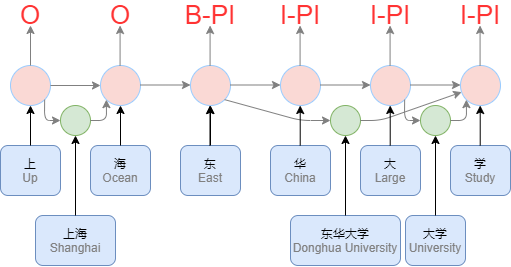
This is lstm.png from AddsionPaPa/NLP, a draw.io export, as it was before one commit. Source tidied: cells renumbered, new cells last; positions are measured from the earlier drawing's top-left corner, leaving out a move shared by most shapes. Its diagram source:
```xml
<mxGraphModel>
  <root>
    <mxCell id="0" />
    <mxCell id="1" parent="0" />
    <mxCell id="2" value="上&lt;br&gt;&lt;font color=&quot;#808080&quot;&gt;Up&lt;/font&gt;" style="rounded=1;whiteSpace=wrap;html=1;fillColor=#dae8fc;strokeColor=#6c8ebf;" parent="1" vertex="1">
      <mxGeometry y="140" width="60" height="50" as="geometry" />
    </mxCell>
    <mxCell id="3" value="海&lt;br&gt;&lt;font color=&quot;#808080&quot;&gt;Ocean&lt;/font&gt;" style="rounded=1;whiteSpace=wrap;html=1;fillColor=#dae8fc;strokeColor=#6c8ebf;" parent="1" vertex="1">
      <mxGeometry x="90" y="140" width="60" height="50" as="geometry" />
    </mxCell>
    <mxCell id="4" style="edgeStyle=orthogonalEdgeStyle;rounded=0;jettySize=auto;html=1;" parent="1" edge="1" source="5" target="14">
      <mxGeometry relative="1" as="geometry" />
    </mxCell>
    <mxCell id="5" value="东&lt;br&gt;&lt;font color=&quot;#808080&quot;&gt;East&lt;/font&gt;" style="rounded=1;whiteSpace=wrap;html=1;fillColor=#dae8fc;strokeColor=#6c8ebf;" parent="1" vertex="1">
      <mxGeometry x="180" y="140" width="60" height="50" as="geometry" />
    </mxCell>
    <mxCell id="6" value="华&lt;br&gt;&lt;font color=&quot;#808080&quot;&gt;China&lt;/font&gt;" style="rounded=1;whiteSpace=wrap;html=1;fillColor=#dae8fc;strokeColor=#6c8ebf;" parent="1" vertex="1">
      <mxGeometry x="270" y="140" width="60" height="50" as="geometry" />
    </mxCell>
    <mxCell id="7" value="大&lt;br&gt;&lt;font color=&quot;#808080&quot;&gt;Large&lt;/font&gt;" style="rounded=1;whiteSpace=wrap;html=1;fillColor=#dae8fc;strokeColor=#6c8ebf;" parent="1" vertex="1">
      <mxGeometry x="360" y="140" width="60" height="50" as="geometry" />
    </mxCell>
    <mxCell id="8" value="学&lt;br&gt;&lt;font color=&quot;#808080&quot;&gt;Study&lt;/font&gt;" style="rounded=1;whiteSpace=wrap;html=1;fillColor=#dae8fc;strokeColor=#6c8ebf;" parent="1" vertex="1">
      <mxGeometry x="450" y="140" width="60" height="50" as="geometry" />
    </mxCell>
    <mxCell id="9" value="上海&lt;br&gt;&lt;font color=&quot;#808080&quot;&gt;Shanghai&lt;/font&gt;" style="rounded=1;whiteSpace=wrap;html=1;fillColor=#dae8fc;strokeColor=#6c8ebf;" parent="1" vertex="1">
      <mxGeometry x="35" y="210" width="80" height="50" as="geometry" />
    </mxCell>
    <mxCell id="10" value="东华大学&lt;br&gt;&lt;font color=&quot;#808080&quot;&gt;Donghua University&lt;/font&gt;" style="rounded=1;whiteSpace=wrap;html=1;fillColor=#dae8fc;strokeColor=#6c8ebf;" parent="1" vertex="1">
      <mxGeometry x="290" y="210" width="110" height="50" as="geometry" />
    </mxCell>
    <mxCell id="11" value="大学&lt;br&gt;&lt;font color=&quot;#808080&quot;&gt;University&lt;/font&gt;" style="rounded=1;whiteSpace=wrap;html=1;fillColor=#dae8fc;strokeColor=#6c8ebf;" parent="1" vertex="1">
      <mxGeometry x="405" y="210" width="60" height="50" as="geometry" />
    </mxCell>
    <mxCell id="12" style="ellipse;whiteSpace=wrap;html=1;fillColor=#fad9d5;strokeColor=#99CCFF;" parent="1" vertex="1">
      <mxGeometry x="10" y="60" width="40" height="40" as="geometry" />
    </mxCell>
    <mxCell id="13" style="ellipse;whiteSpace=wrap;html=1;fillColor=#fad9d5;strokeColor=#99CCFF;" parent="1" vertex="1">
      <mxGeometry x="100" y="60" width="40" height="40" as="geometry" />
    </mxCell>
    <mxCell id="14" style="ellipse;whiteSpace=wrap;html=1;fillColor=#fad9d5;strokeColor=#99CCFF;" parent="1" vertex="1">
      <mxGeometry x="190" y="60" width="40" height="40" as="geometry" />
    </mxCell>
    <mxCell id="15" style="ellipse;whiteSpace=wrap;html=1;fillColor=#fad9d5;strokeColor=#99CCFF;" parent="1" vertex="1">
      <mxGeometry x="280" y="60" width="40" height="40" as="geometry" />
    </mxCell>
    <mxCell id="16" style="ellipse;whiteSpace=wrap;html=1;fillColor=#fad9d5;strokeColor=#99CCFF;" parent="1" vertex="1">
      <mxGeometry x="370" y="60" width="40" height="40" as="geometry" />
    </mxCell>
    <mxCell id="17" style="ellipse;whiteSpace=wrap;html=1;fillColor=#fad9d5;strokeColor=#99CCFF;" parent="1" vertex="1">
      <mxGeometry x="460" y="60" width="40" height="40" as="geometry" />
    </mxCell>
    <mxCell id="18" style="endArrow=classic;html=1;entryX=0.5;entryY=1;entryDx=0;entryDy=0;exitX=0.5;exitY=0;exitDx=0;exitDy=0;" parent="1" edge="1" source="2" target="12">
      <mxGeometry relative="1" as="geometry" />
    </mxCell>
    <mxCell id="19" style="endArrow=classic;html=1;entryX=0.5;entryY=1;entryDx=0;entryDy=0;exitX=0.5;exitY=0;exitDx=0;exitDy=0;" parent="1" edge="1">
      <mxGeometry relative="1" as="geometry">
        <mxPoint x="120" y="140" as="sourcePoint" />
        <mxPoint x="120" y="100" as="targetPoint" />
      </mxGeometry>
    </mxCell>
    <mxCell id="20" style="endArrow=classic;html=1;entryX=0.5;entryY=1;entryDx=0;entryDy=0;exitX=0.5;exitY=0;exitDx=0;exitDy=0;" parent="1" edge="1">
      <mxGeometry relative="1" as="geometry">
        <mxPoint x="209.5" y="140" as="sourcePoint" />
        <mxPoint x="209.5" y="100" as="targetPoint" />
      </mxGeometry>
    </mxCell>
    <mxCell id="21" style="ellipse;whiteSpace=wrap;html=1;strokeColor=#82b366;fillColor=#d5e8d4;" parent="1" vertex="1">
      <mxGeometry x="60" y="100" width="30" height="30" as="geometry" />
    </mxCell>
    <mxCell id="22" style="ellipse;whiteSpace=wrap;html=1;strokeColor=#82b366;fillColor=#d5e8d4;" parent="1" vertex="1">
      <mxGeometry x="330" y="100" width="30" height="30" as="geometry" />
    </mxCell>
    <mxCell id="23" style="ellipse;whiteSpace=wrap;html=1;strokeColor=#82b366;fillColor=#d5e8d4;" parent="1" vertex="1">
      <mxGeometry x="420" y="100" width="30" height="30" as="geometry" />
    </mxCell>
    <mxCell id="24" style="endArrow=classic;html=1;entryX=0;entryY=0.5;entryDx=0;entryDy=0;exitX=1;exitY=0.5;exitDx=0;exitDy=0;strokeColor=#808080;" parent="1" edge="1" source="12" target="13">
      <mxGeometry relative="1" as="geometry" />
    </mxCell>
    <mxCell id="25" style="endArrow=classic;html=1;entryX=0;entryY=0.5;entryDx=0;entryDy=0;exitX=1;exitY=0.5;exitDx=0;exitDy=0;strokeColor=#808080;" parent="1" edge="1">
      <mxGeometry relative="1" as="geometry">
        <mxPoint x="140" y="79.5" as="sourcePoint" />
        <mxPoint x="190" y="79.5" as="targetPoint" />
      </mxGeometry>
    </mxCell>
    <mxCell id="26" style="endArrow=classic;html=1;entryX=0;entryY=0.5;entryDx=0;entryDy=0;exitX=1;exitY=0.5;exitDx=0;exitDy=0;strokeColor=#808080;" parent="1" edge="1">
      <mxGeometry relative="1" as="geometry">
        <mxPoint x="230" y="79.5" as="sourcePoint" />
        <mxPoint x="280" y="79.5" as="targetPoint" />
      </mxGeometry>
    </mxCell>
    <mxCell id="27" style="endArrow=classic;html=1;entryX=0;entryY=0.5;entryDx=0;entryDy=0;exitX=1;exitY=0.5;exitDx=0;exitDy=0;strokeColor=#808080;" parent="1" edge="1">
      <mxGeometry relative="1" as="geometry">
        <mxPoint x="320" y="79.5" as="sourcePoint" />
        <mxPoint x="370" y="79.5" as="targetPoint" />
      </mxGeometry>
    </mxCell>
    <mxCell id="28" style="endArrow=classic;html=1;entryX=0;entryY=0.5;entryDx=0;entryDy=0;exitX=1;exitY=0.5;exitDx=0;exitDy=0;strokeColor=#808080;" parent="1" edge="1">
      <mxGeometry relative="1" as="geometry">
        <mxPoint x="410" y="79.5" as="sourcePoint" />
        <mxPoint x="460" y="79.5" as="targetPoint" />
      </mxGeometry>
    </mxCell>
    <mxCell id="29" style="endArrow=classic;html=1;entryX=0.5;entryY=1;entryDx=0;entryDy=0;exitX=0.5;exitY=0;exitDx=0;exitDy=0;" parent="1" edge="1" source="9" target="21">
      <mxGeometry relative="1" as="geometry" />
    </mxCell>
    <mxCell id="30" style="endArrow=classic;html=1;entryX=0.5;entryY=1;entryDx=0;entryDy=0;exitX=0.5;exitY=0;exitDx=0;exitDy=0;" parent="1" edge="1" source="10" target="22">
      <mxGeometry relative="1" as="geometry" />
    </mxCell>
    <mxCell id="31" style="endArrow=classic;html=1;entryX=0.5;entryY=1;entryDx=0;entryDy=0;exitX=0.5;exitY=0;exitDx=0;exitDy=0;" parent="1" edge="1" source="11" target="23">
      <mxGeometry relative="1" as="geometry" />
    </mxCell>
    <mxCell id="32" style="endArrow=classic;html=1;entryX=0;entryY=0.5;entryDx=0;entryDy=0;exitX=1;exitY=1;exitDx=0;exitDy=0;strokeColor=#808080;" parent="1" edge="1" source="12" target="21">
      <mxGeometry relative="1" as="geometry">
        <Array as="points">
          <mxPoint x="44" y="115" />
        </Array>
      </mxGeometry>
    </mxCell>
    <mxCell id="33" style="endArrow=classic;html=1;entryX=0;entryY=1;entryDx=0;entryDy=0;exitX=1;exitY=0.5;exitDx=0;exitDy=0;strokeColor=#808080;" parent="1" edge="1" source="21" target="13">
      <mxGeometry relative="1" as="geometry">
        <Array as="points">
          <mxPoint x="106" y="115" />
        </Array>
      </mxGeometry>
    </mxCell>
    <mxCell id="34" style="endArrow=classic;html=1;entryX=0;entryY=0.5;entryDx=0;entryDy=0;exitX=1;exitY=1;exitDx=0;exitDy=0;strokeColor=#808080;" parent="1" edge="1" source="14" target="22">
      <mxGeometry relative="1" as="geometry">
        <Array as="points">
          <mxPoint x="300" y="115" />
        </Array>
      </mxGeometry>
    </mxCell>
    <mxCell id="35" style="endArrow=classic;html=1;exitX=1;exitY=0.5;exitDx=0;exitDy=0;strokeColor=#808080;" parent="1" edge="1" source="22" target="17">
      <mxGeometry relative="1" as="geometry">
        <Array as="points">
          <mxPoint x="380" y="115" />
        </Array>
      </mxGeometry>
    </mxCell>
    <mxCell id="36" style="edgeStyle=orthogonalEdgeStyle;rounded=0;orthogonalLoop=1;jettySize=auto;html=1;" parent="1" edge="1">
      <mxGeometry relative="1" as="geometry">
        <mxPoint x="299.7" y="140" as="sourcePoint" />
        <mxPoint x="299.7" y="100" as="targetPoint" />
      </mxGeometry>
    </mxCell>
    <mxCell id="37" style="edgeStyle=orthogonalEdgeStyle;rounded=0;orthogonalLoop=1;jettySize=auto;html=1;" parent="1" edge="1">
      <mxGeometry relative="1" as="geometry">
        <mxPoint x="389.7" y="140" as="sourcePoint" />
        <mxPoint x="389.7" y="100" as="targetPoint" />
      </mxGeometry>
    </mxCell>
    <mxCell id="38" style="edgeStyle=orthogonalEdgeStyle;rounded=0;orthogonalLoop=1;jettySize=auto;html=1;" parent="1" edge="1">
      <mxGeometry relative="1" as="geometry">
        <mxPoint x="479.7" y="140" as="sourcePoint" />
        <mxPoint x="479.7" y="100" as="targetPoint" />
      </mxGeometry>
    </mxCell>
    <mxCell id="39" style="endArrow=classic;html=1;entryX=0;entryY=0.5;entryDx=0;entryDy=0;exitX=1;exitY=1;exitDx=0;exitDy=0;strokeColor=#808080;" parent="1" edge="1" source="16" target="23">
      <mxGeometry relative="1" as="geometry">
        <Array as="points">
          <mxPoint x="404" y="115" />
        </Array>
      </mxGeometry>
    </mxCell>
    <mxCell id="40" style="endArrow=classic;html=1;entryX=0;entryY=1;entryDx=0;entryDy=0;exitX=1;exitY=0.5;exitDx=0;exitDy=0;strokeColor=#808080;" parent="1" edge="1" source="23" target="17">
      <mxGeometry relative="1" as="geometry">
        <Array as="points">
          <mxPoint x="466" y="115" />
        </Array>
      </mxGeometry>
    </mxCell>
    <mxCell id="41" value="&lt;font style=&quot;font-size: 26px&quot; color=&quot;#ff3333&quot;&gt;O&lt;/font&gt;" style="text;html=1;strokeColor=none;fillColor=none;align=center;verticalAlign=middle;whiteSpace=wrap;rounded=0;" parent="1" vertex="1">
      <mxGeometry x="10" width="40" height="20" as="geometry" />
    </mxCell>
    <mxCell id="42" value="&lt;font style=&quot;font-size: 26px&quot; color=&quot;#ff3333&quot;&gt;O&lt;/font&gt;" style="text;html=1;strokeColor=none;fillColor=none;align=center;verticalAlign=middle;whiteSpace=wrap;rounded=0;" parent="1" vertex="1">
      <mxGeometry x="100" width="40" height="20" as="geometry" />
    </mxCell>
    <mxCell id="43" value="&lt;span style=&quot;color: rgb(255 , 51 , 51) ; font-size: 26px&quot;&gt;B-PI&lt;/span&gt;" style="text;html=1;strokeColor=none;fillColor=none;align=center;verticalAlign=middle;whiteSpace=wrap;rounded=0;" parent="1" vertex="1">
      <mxGeometry x="180" width="60" height="20" as="geometry" />
    </mxCell>
    <mxCell id="44" value="&lt;span style=&quot;color: rgb(255 , 51 , 51) ; font-size: 26px&quot;&gt;I-PI&lt;/span&gt;" style="text;html=1;strokeColor=none;fillColor=none;align=center;verticalAlign=middle;whiteSpace=wrap;rounded=0;" parent="1" vertex="1">
      <mxGeometry x="270" width="60" height="20" as="geometry" />
    </mxCell>
    <mxCell id="45" value="&lt;span style=&quot;color: rgb(255 , 51 , 51) ; font-size: 26px&quot;&gt;I-PI&lt;/span&gt;" style="text;html=1;strokeColor=none;fillColor=none;align=center;verticalAlign=middle;whiteSpace=wrap;rounded=0;" parent="1" vertex="1">
      <mxGeometry x="360" width="60" height="20" as="geometry" />
    </mxCell>
    <mxCell id="46" value="&lt;span style=&quot;color: rgb(255 , 51 , 51) ; font-size: 26px&quot;&gt;I-PI&lt;/span&gt;" style="text;html=1;strokeColor=none;fillColor=none;align=center;verticalAlign=middle;whiteSpace=wrap;rounded=0;" parent="1" vertex="1">
      <mxGeometry x="450" width="60" height="20" as="geometry" />
    </mxCell>
    <mxCell id="47" style="endArrow=classic;html=1;strokeColor=#808080;entryX=0.5;entryY=1;entryDx=0;entryDy=0;exitX=0.5;exitY=0;exitDx=0;exitDy=0;" parent="1" edge="1" source="12" target="41">
      <mxGeometry relative="1" as="geometry" />
    </mxCell>
    <mxCell id="48" style="endArrow=classic;html=1;strokeColor=#808080;entryX=0.5;entryY=1;entryDx=0;entryDy=0;exitX=0.5;exitY=0;exitDx=0;exitDy=0;" parent="1" edge="1">
      <mxGeometry relative="1" as="geometry">
        <mxPoint x="119.6" y="60" as="sourcePoint" />
        <mxPoint x="119.6" y="20" as="targetPoint" />
      </mxGeometry>
    </mxCell>
    <mxCell id="49" style="endArrow=classic;html=1;strokeColor=#808080;entryX=0.5;entryY=1;entryDx=0;entryDy=0;exitX=0.5;exitY=0;exitDx=0;exitDy=0;" parent="1" edge="1">
      <mxGeometry relative="1" as="geometry">
        <mxPoint x="209.6" y="60" as="sourcePoint" />
        <mxPoint x="209.6" y="20" as="targetPoint" />
      </mxGeometry>
    </mxCell>
    <mxCell id="50" style="endArrow=classic;html=1;strokeColor=#808080;entryX=0.5;entryY=1;entryDx=0;entryDy=0;exitX=0.5;exitY=0;exitDx=0;exitDy=0;" parent="1" edge="1">
      <mxGeometry relative="1" as="geometry">
        <mxPoint x="299.6" y="60" as="sourcePoint" />
        <mxPoint x="299.6" y="20" as="targetPoint" />
      </mxGeometry>
    </mxCell>
    <mxCell id="51" style="endArrow=classic;html=1;strokeColor=#808080;entryX=0.5;entryY=1;entryDx=0;entryDy=0;exitX=0.5;exitY=0;exitDx=0;exitDy=0;" parent="1" edge="1">
      <mxGeometry relative="1" as="geometry">
        <mxPoint x="389.6" y="60" as="sourcePoint" />
        <mxPoint x="389.6" y="20" as="targetPoint" />
      </mxGeometry>
    </mxCell>
    <mxCell id="52" style="endArrow=classic;html=1;strokeColor=#808080;entryX=0.5;entryY=1;entryDx=0;entryDy=0;exitX=0.5;exitY=0;exitDx=0;exitDy=0;" parent="1" edge="1">
      <mxGeometry relative="1" as="geometry">
        <mxPoint x="479.6" y="60" as="sourcePoint" />
        <mxPoint x="479.6" y="20" as="targetPoint" />
      </mxGeometry>
    </mxCell>
  </root>
</mxGraphModel>
```
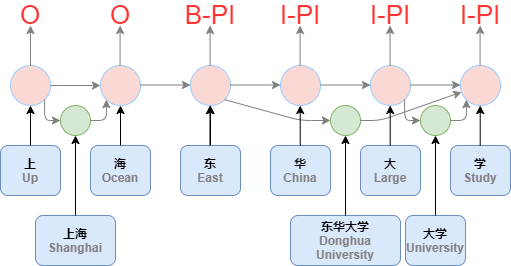
Later version of the same file.

The edit, as a diff of the source:
```diff
@@ -2,34 +2,34 @@
   <root>
     <mxCell id="0" />
     <mxCell id="1" parent="0" />
-    <mxCell id="2" value="上&lt;br&gt;&lt;font color=&quot;#808080&quot;&gt;Up&lt;/font&gt;" style="rounded=1;whiteSpace=wrap;html=1;fillColor=#dae8fc;strokeColor=#6c8ebf;" parent="1" vertex="1">
+    <mxCell id="2" value="&lt;b&gt;上&lt;br&gt;&lt;font color=&quot;#808080&quot;&gt;Up&lt;/font&gt;&lt;/b&gt;" style="rounded=1;whiteSpace=wrap;html=1;fillColor=#dae8fc;strokeColor=#6c8ebf;" parent="1" vertex="1">
       <mxGeometry y="140" width="60" height="50" as="geometry" />
     </mxCell>
-    <mxCell id="3" value="海&lt;br&gt;&lt;font color=&quot;#808080&quot;&gt;Ocean&lt;/font&gt;" style="rounded=1;whiteSpace=wrap;html=1;fillColor=#dae8fc;strokeColor=#6c8ebf;" parent="1" vertex="1">
+    <mxCell id="3" value="&lt;b&gt;海&lt;br&gt;&lt;font color=&quot;#808080&quot;&gt;Ocean&lt;/font&gt;&lt;/b&gt;" style="rounded=1;whiteSpace=wrap;html=1;fillColor=#dae8fc;strokeColor=#6c8ebf;" parent="1" vertex="1">
       <mxGeometry x="90" y="140" width="60" height="50" as="geometry" />
     </mxCell>
     <mxCell id="4" style="edgeStyle=orthogonalEdgeStyle;rounded=0;jettySize=auto;html=1;" parent="1" edge="1" source="5" target="14">
       <mxGeometry relative="1" as="geometry" />
     </mxCell>
-    <mxCell id="5" value="东&lt;br&gt;&lt;font color=&quot;#808080&quot;&gt;East&lt;/font&gt;" style="rounded=1;whiteSpace=wrap;html=1;fillColor=#dae8fc;strokeColor=#6c8ebf;" parent="1" vertex="1">
+    <mxCell id="5" value="&lt;b&gt;东&lt;br&gt;&lt;font color=&quot;#808080&quot;&gt;East&lt;/font&gt;&lt;/b&gt;" style="rounded=1;whiteSpace=wrap;html=1;fillColor=#dae8fc;strokeColor=#6c8ebf;" parent="1" vertex="1">
       <mxGeometry x="180" y="140" width="60" height="50" as="geometry" />
     </mxCell>
-    <mxCell id="6" value="华&lt;br&gt;&lt;font color=&quot;#808080&quot;&gt;China&lt;/font&gt;" style="rounded=1;whiteSpace=wrap;html=1;fillColor=#dae8fc;strokeColor=#6c8ebf;" parent="1" vertex="1">
+    <mxCell id="6" value="&lt;b&gt;华&lt;br&gt;&lt;font color=&quot;#808080&quot;&gt;China&lt;/font&gt;&lt;/b&gt;" style="rounded=1;whiteSpace=wrap;html=1;fillColor=#dae8fc;strokeColor=#6c8ebf;" parent="1" vertex="1">
       <mxGeometry x="270" y="140" width="60" height="50" as="geometry" />
     </mxCell>
-    <mxCell id="7" value="大&lt;br&gt;&lt;font color=&quot;#808080&quot;&gt;Large&lt;/font&gt;" style="rounded=1;whiteSpace=wrap;html=1;fillColor=#dae8fc;strokeColor=#6c8ebf;" parent="1" vertex="1">
+    <mxCell id="7" value="&lt;b&gt;大&lt;br&gt;&lt;font color=&quot;#808080&quot;&gt;Large&lt;/font&gt;&lt;/b&gt;" style="rounded=1;whiteSpace=wrap;html=1;fillColor=#dae8fc;strokeColor=#6c8ebf;" parent="1" vertex="1">
       <mxGeometry x="360" y="140" width="60" height="50" as="geometry" />
     </mxCell>
-    <mxCell id="8" value="学&lt;br&gt;&lt;font color=&quot;#808080&quot;&gt;Study&lt;/font&gt;" style="rounded=1;whiteSpace=wrap;html=1;fillColor=#dae8fc;strokeColor=#6c8ebf;" parent="1" vertex="1">
+    <mxCell id="8" value="&lt;b&gt;学&lt;br&gt;&lt;font color=&quot;#808080&quot;&gt;Study&lt;/font&gt;&lt;/b&gt;" style="rounded=1;whiteSpace=wrap;html=1;fillColor=#dae8fc;strokeColor=#6c8ebf;" parent="1" vertex="1">
       <mxGeometry x="450" y="140" width="60" height="50" as="geometry" />
     </mxCell>
-    <mxCell id="9" value="上海&lt;br&gt;&lt;font color=&quot;#808080&quot;&gt;Shanghai&lt;/font&gt;" style="rounded=1;whiteSpace=wrap;html=1;fillColor=#dae8fc;strokeColor=#6c8ebf;" parent="1" vertex="1">
+    <mxCell id="9" value="&lt;b&gt;上海&lt;br&gt;&lt;font color=&quot;#808080&quot;&gt;Shanghai&lt;/font&gt;&lt;/b&gt;" style="rounded=1;whiteSpace=wrap;html=1;fillColor=#dae8fc;strokeColor=#6c8ebf;" parent="1" vertex="1">
       <mxGeometry x="35" y="210" width="80" height="50" as="geometry" />
     </mxCell>
-    <mxCell id="10" value="东华大学&lt;br&gt;&lt;font color=&quot;#808080&quot;&gt;Donghua University&lt;/font&gt;" style="rounded=1;whiteSpace=wrap;html=1;fillColor=#dae8fc;strokeColor=#6c8ebf;" parent="1" vertex="1">
+    <mxCell id="10" value="&lt;b&gt;东华大学&lt;br&gt;&lt;font color=&quot;#808080&quot;&gt;Donghua University&lt;/font&gt;&lt;/b&gt;" style="rounded=1;whiteSpace=wrap;html=1;fillColor=#dae8fc;strokeColor=#6c8ebf;" parent="1" vertex="1">
       <mxGeometry x="290" y="210" width="110" height="50" as="geometry" />
     </mxCell>
-    <mxCell id="11" value="大学&lt;br&gt;&lt;font color=&quot;#808080&quot;&gt;University&lt;/font&gt;" style="rounded=1;whiteSpace=wrap;html=1;fillColor=#dae8fc;strokeColor=#6c8ebf;" parent="1" vertex="1">
+    <mxCell id="11" value="&lt;b&gt;大学&lt;br&gt;&lt;font color=&quot;#808080&quot;&gt;University&lt;/font&gt;&lt;/b&gt;" style="rounded=1;whiteSpace=wrap;html=1;fillColor=#dae8fc;strokeColor=#6c8ebf;" parent="1" vertex="1">
       <mxGeometry x="405" y="210" width="60" height="50" as="geometry" />
     </mxCell>
     <mxCell id="12" style="ellipse;whiteSpace=wrap;html=1;fillColor=#fad9d5;strokeColor=#99CCFF;" parent="1" vertex="1">
```
